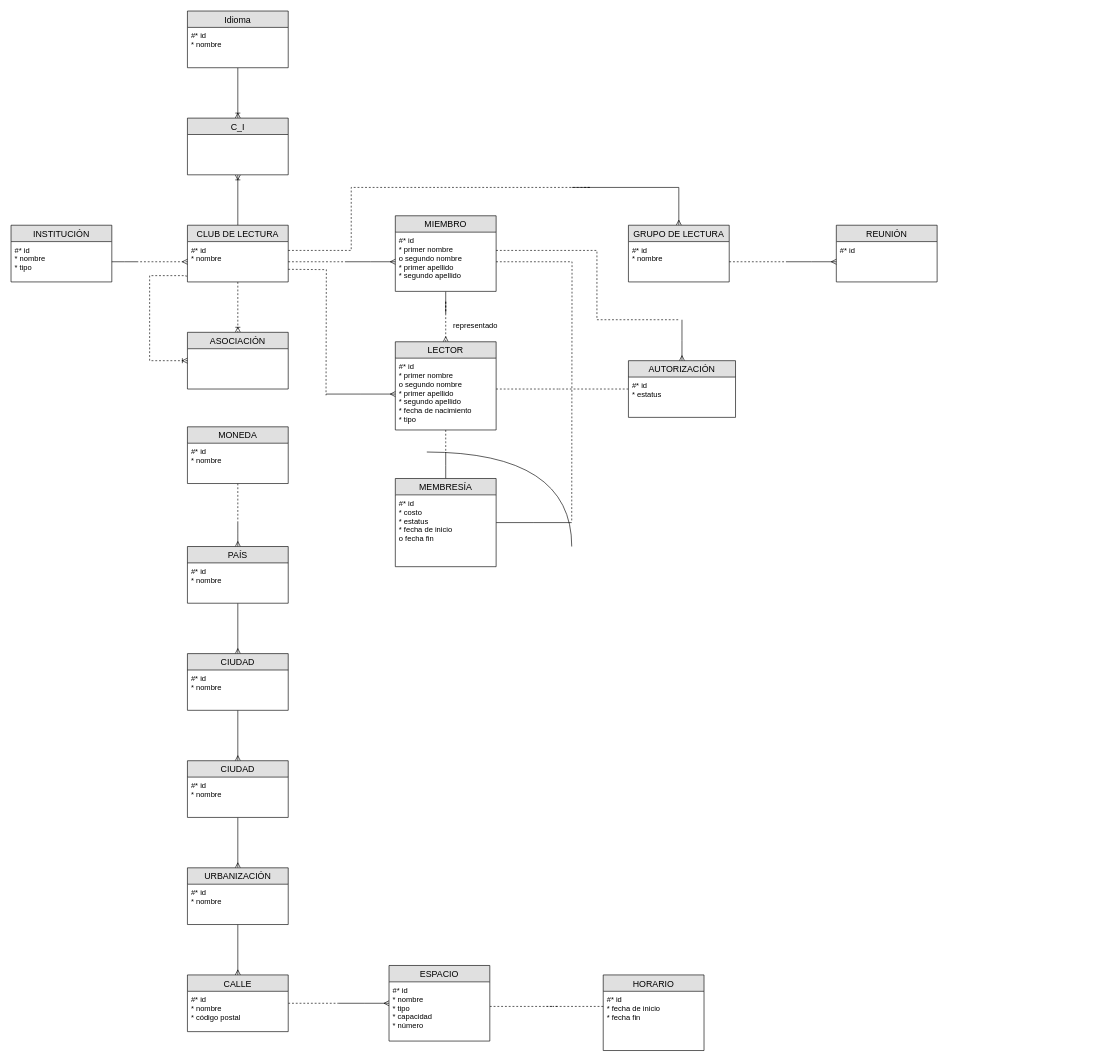
NeutronBlast/IS-Ex keeps this draw.io diagram as DB I/ER.drawio. Above is the earlier version. Source tidied: cells renumbered, new cells numbered last; positions are measured from the earlier drawing's top-left corner, leaving out a move shared by most shapes. Both pictures are drawn from the tidied source at 63%, with x=0, y=0 at pixel (11, 11).
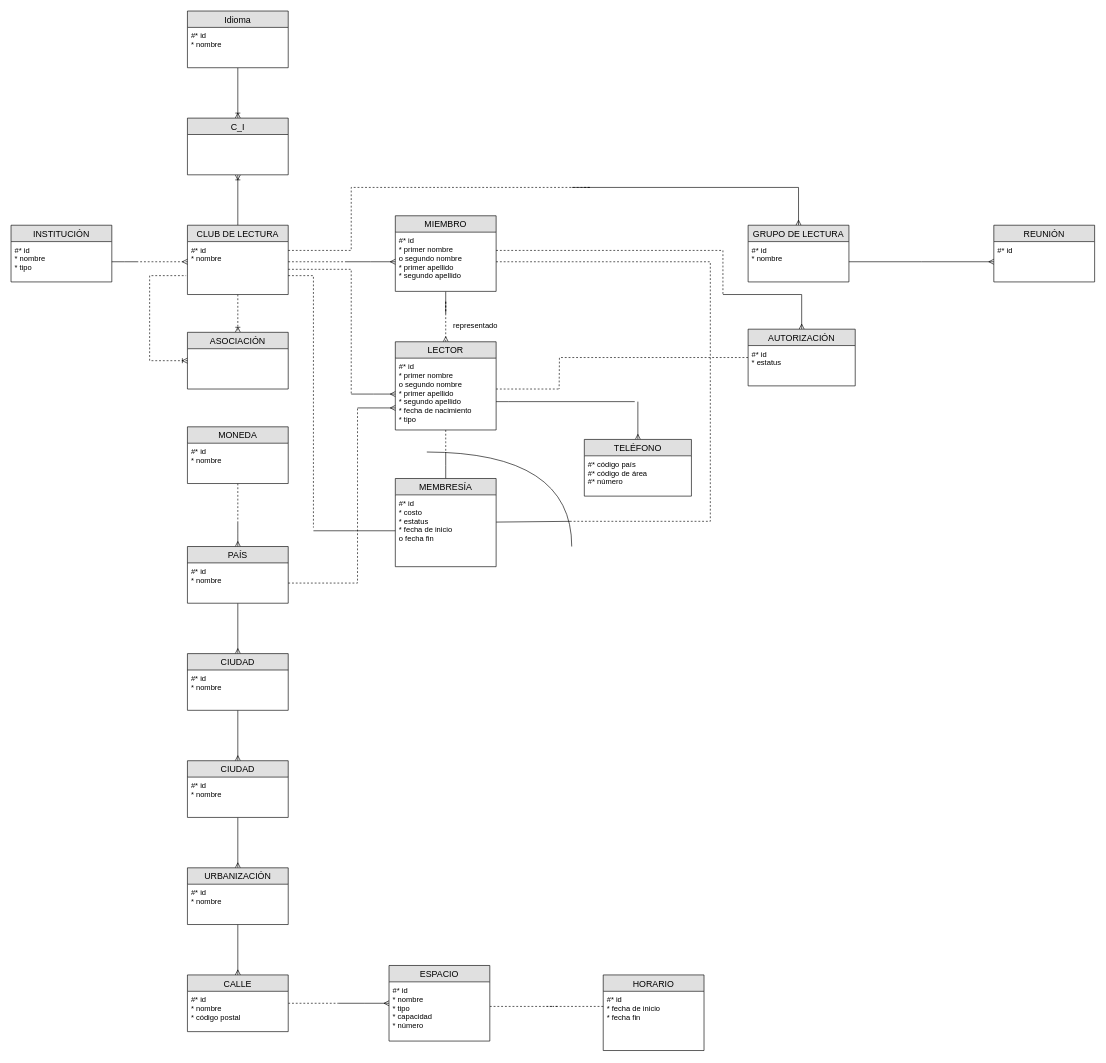
After the change.

The change refers to these unchanged cells:
```xml
<mxCell id="9" value="ASOCIACIÓN" style="swimlane;fontStyle=0;horizontal=1;startSize=26;fillColor=#e0e0e0;swimlaneFillColor=#ffffff;align=center;fontSize=14;" parent="1" vertex="1">
  <mxGeometry x="280" y="510" width="160" height="90" as="geometry" />
</mxCell>
<mxCell id="18" value="#* id&#10;* primer nombre&#10;o segundo nombre&#10;* primer apellido&#10;* segundo apellido" style="text;strokeColor=none;fillColor=none;spacingLeft=4;spacingRight=4;overflow=hidden;points=[[0,0.5],[1,0.5]];portConstraint=eastwest;fontSize=12;" parent="17" vertex="1">
  <mxGeometry y="26" width="160" height="94" as="geometry" />
</mxCell>
<mxCell id="23" value="#* id&#10;* primer nombre&#10;o segundo nombre&#10;* primer apellido&#10;* segundo apellido&#10;* fecha de nacimiento&#10;* tipo" style="text;strokeColor=none;fillColor=none;spacingLeft=4;spacingRight=4;overflow=hidden;points=[[0,0.5],[1,0.5]];portConstraint=eastwest;fontSize=12;" parent="22" vertex="1">
  <mxGeometry y="26" width="160" height="114" as="geometry" />
</mxCell>
<mxCell id="27" value="#* id&#10;* nombre" style="text;strokeColor=none;fillColor=none;spacingLeft=4;spacingRight=4;overflow=hidden;points=[[0,0.5],[1,0.5]];portConstraint=eastwest;fontSize=12;" parent="26" vertex="1">
  <mxGeometry y="26" width="160" height="64" as="geometry" />
</mxCell>
<mxCell id="31" value="#* id" style="text;strokeColor=none;fillColor=none;spacingLeft=4;spacingRight=4;overflow=hidden;points=[[0,0.5],[1,0.5]];portConstraint=eastwest;fontSize=12;" parent="30" vertex="1">
  <mxGeometry y="26" width="160" height="64" as="geometry" />
</mxCell>
<mxCell id="40" value="#* id&#10;* nombre" style="text;strokeColor=none;fillColor=none;spacingLeft=4;spacingRight=4;overflow=hidden;points=[[0,0.5],[1,0.5]];portConstraint=eastwest;fontSize=12;" parent="39" vertex="1">
  <mxGeometry y="26" width="160" height="64" as="geometry" />
</mxCell>
<mxCell id="65" value="MEMBRESÍA" style="swimlane;fontStyle=0;horizontal=1;startSize=26;fillColor=#e0e0e0;swimlaneFillColor=#ffffff;align=center;fontSize=14;" parent="1" vertex="1">
  <mxGeometry x="610" y="742" width="160" height="140" as="geometry" />
</mxCell>
<mxCell id="66" value="#* id&#10;* costo&#10;* estatus&#10;* fecha de inicio&#10;o fecha fin" style="text;strokeColor=none;fillColor=none;spacingLeft=4;spacingRight=4;overflow=hidden;points=[[0,0.5],[1,0.5]];portConstraint=eastwest;fontSize=12;" parent="65" vertex="1">
  <mxGeometry y="26" width="160" height="114" as="geometry" />
</mxCell>
```

Change to the diagram source:
```diff
@@
     <mxCell id="7" value="CLUB DE LECTURA" style="swimlane;fontStyle=0;horizontal=1;startSize=26;fillColor=#e0e0e0;swimlaneFillColor=#ffffff;align=center;fontSize=14;" parent="1" vertex="1">
-      <mxGeometry x="280" y="340" width="160" height="90" as="geometry" />
+      <mxGeometry x="280" y="340" width="160" height="110" as="geometry" />
     </mxCell>
     <mxCell id="8" value="#* id&#10;* nombre" style="text;strokeColor=none;fillColor=none;spacingLeft=4;spacingRight=4;overflow=hidden;points=[[0,0.5],[1,0.5]];portConstraint=eastwest;fontSize=12;" parent="7" vertex="1">
-      <mxGeometry y="26" width="160" height="64" as="geometry" />
+      <mxGeometry y="26" width="160" height="84" as="geometry" />
     </mxCell>
@@
-    <mxCell id="14" style="edgeStyle=orthogonalEdgeStyle;rounded=0;jettySize=auto;html=1;exitX=0;exitY=0.5;exitDx=0;exitDy=0;endArrow=none;endFill=0;dashed=1;startArrow=ERmany;startFill=0;" parent="1" edge="1" source="8">
+    <mxCell id="14" style="edgeStyle=orthogonalEdgeStyle;rounded=0;orthogonalLoop=1;jettySize=auto;html=1;endArrow=none;endFill=0;dashed=1;startArrow=ERmany;startFill=0;" parent="1" edge="1">
       <mxGeometry relative="1" as="geometry">
+        <mxPoint x="280" y="398" as="sourcePoint" />
         <mxPoint x="200" y="398" as="targetPoint" />
+        <Array as="points">
+          <mxPoint x="280" y="398" />
+        </Array>
       </mxGeometry>
     </mxCell>
-    <mxCell id="15" style="edgeStyle=orthogonalEdgeStyle;rounded=0;jettySize=auto;html=1;exitX=1;exitY=0.5;exitDx=0;exitDy=0;startArrow=none;startFill=0;endArrow=none;endFill=0;dashed=1;" parent="1" edge="1" source="8">
+    <mxCell id="15" style="edgeStyle=orthogonalEdgeStyle;rounded=0;orthogonalLoop=1;jettySize=auto;html=1;startArrow=none;startFill=0;endArrow=none;endFill=0;dashed=1;" parent="1" edge="1">
       <mxGeometry relative="1" as="geometry">
+        <mxPoint x="440" y="398" as="sourcePoint" />
         <mxPoint x="530" y="398" as="targetPoint" />
+        <Array as="points">
+          <mxPoint x="440" y="398" />
+        </Array>
       </mxGeometry>
     </mxCell>
@@
     <mxCell id="25" style="edgeStyle=orthogonalEdgeStyle;rounded=0;jettySize=auto;html=1;exitX=0.5;exitY=0;exitDx=0;exitDy=0;startArrow=ERmany;startFill=0;endArrow=none;endFill=0;" parent="1" edge="1" source="26">
       <mxGeometry relative="1" as="geometry">
         <mxPoint x="890" y="280" as="targetPoint" />
         <Array as="points">
-          <mxPoint x="1060" y="280" />
+          <mxPoint x="1250" y="280" />
         </Array>
       </mxGeometry>
     </mxCell>
     <mxCell id="26" value="GRUPO DE LECTURA" style="swimlane;fontStyle=0;horizontal=1;startSize=26;fillColor=#e0e0e0;swimlaneFillColor=#ffffff;align=center;fontSize=14;" parent="1" vertex="1">
-      <mxGeometry x="980" y="340" width="160" height="90" as="geometry" />
+      <mxGeometry x="1170" y="340" width="160" height="90" as="geometry" />
     </mxCell>
@@
-    <mxCell id="29" style="edgeStyle=orthogonalEdgeStyle;rounded=0;jettySize=auto;html=1;startArrow=none;startFill=0;endArrow=none;endFill=0;dashed=1;" parent="1" edge="1" source="27">
-      <mxGeometry relative="1" as="geometry">
-        <mxPoint x="1230" y="398" as="targetPoint" />
-      </mxGeometry>
-    </mxCell>
     <mxCell id="30" value="REUNIÓN" style="swimlane;fontStyle=0;horizontal=1;startSize=26;fillColor=#e0e0e0;swimlaneFillColor=#ffffff;align=center;fontSize=14;" parent="1" vertex="1">
-      <mxGeometry x="1310" y="340" width="160" height="90" as="geometry" />
+      <mxGeometry x="1560" y="340" width="160" height="90" as="geometry" />
     </mxCell>
@@
     <mxCell id="32" style="edgeStyle=orthogonalEdgeStyle;rounded=0;jettySize=auto;html=1;exitX=0;exitY=0.5;exitDx=0;exitDy=0;startArrow=ERmany;startFill=0;endArrow=none;endFill=0;" parent="1" edge="1" source="31">
       <mxGeometry relative="1" as="geometry">
-        <mxPoint x="1230" y="398" as="targetPoint" />
+        <mxPoint x="1330" y="398" as="targetPoint" />
       </mxGeometry>
     </mxCell>
-    <mxCell id="33" style="edgeStyle=orthogonalEdgeStyle;rounded=0;jettySize=auto;html=1;exitX=0;exitY=0.5;exitDx=0;exitDy=0;endArrow=none;endFill=0;dashed=1;startArrow=ERoneToMany;startFill=0;entryX=-0.012;entryY=0.875;entryDx=0;entryDy=0;entryPerimeter=0;" parent="1" edge="1" source="9" target="8">
+    <mxCell id="33" style="edgeStyle=orthogonalEdgeStyle;rounded=0;jettySize=auto;html=1;exitX=0;exitY=0.5;exitDx=0;exitDy=0;endArrow=none;endFill=0;dashed=1;startArrow=ERoneToMany;startFill=0;" parent="1" edge="1" source="9">
       <mxGeometry relative="1" as="geometry">
+        <mxPoint x="278" y="420" as="targetPoint" />
         <Array as="points">
           <mxPoint x="220" y="555" />
           <mxPoint x="220" y="420" />
           <mxPoint x="278" y="420" />
         </Array>
       </mxGeometry>
     </mxCell>
@@
     <mxCell id="60" style="edgeStyle=orthogonalEdgeStyle;rounded=0;orthogonalLoop=1;jettySize=auto;html=1;exitX=1;exitY=0.5;exitDx=0;exitDy=0;startArrow=none;startFill=0;endArrow=none;endFill=0;dashed=1;" parent="1" edge="1">
       <mxGeometry relative="1" as="geometry">
         <mxPoint x="440" y="410" as="sourcePoint" />
-        <mxPoint x="500" y="610" as="targetPoint" />
+        <mxPoint x="540" y="610" as="targetPoint" />
+        <Array as="points">
+          <mxPoint x="540" y="410" />
+          <mxPoint x="540" y="610" />
+        </Array>
       </mxGeometry>
     </mxCell>
     <mxCell id="61" style="edgeStyle=orthogonalEdgeStyle;rounded=0;jettySize=auto;html=1;startArrow=ERmany;startFill=0;endArrow=none;endFill=0;" parent="1" edge="1" source="23">
       <mxGeometry relative="1" as="geometry">
-        <mxPoint x="500" y="608" as="targetPoint" />
+        <mxPoint x="540" y="608" as="targetPoint" />
       </mxGeometry>
     </mxCell>
@@
-    <mxCell id="64" style="edgeStyle=orthogonalEdgeStyle;rounded=0;jettySize=auto;html=1;startArrow=none;startFill=0;endArrow=none;endFill=0;" parent="1" edge="1" source="65">
+    <mxCell id="64" style="rounded=0;jettySize=auto;html=1;startArrow=none;startFill=0;endArrow=none;endFill=0;" parent="1" edge="1" source="65">
       <mxGeometry relative="1" as="geometry">
-        <mxPoint x="890" y="812" as="targetPoint" />
+        <mxPoint x="890" y="810" as="targetPoint" />
       </mxGeometry>
     </mxCell>
@@
     <mxCell id="67" style="edgeStyle=orthogonalEdgeStyle;rounded=0;jettySize=auto;html=1;startArrow=none;startFill=0;endArrow=none;endFill=0;dashed=1;" parent="1" edge="1" source="18">
       <mxGeometry relative="1" as="geometry">
         <mxPoint x="890" y="810" as="targetPoint" />
+        <Array as="points">
+          <mxPoint x="1110" y="398" />
+          <mxPoint x="1110" y="810" />
+        </Array>
       </mxGeometry>
     </mxCell>
@@
     <mxCell id="70" style="edgeStyle=orthogonalEdgeStyle;rounded=0;jettySize=auto;html=1;startArrow=ERmany;startFill=0;endArrow=none;endFill=0;" parent="1" edge="1" source="71">
       <mxGeometry relative="1" as="geometry">
-        <mxPoint x="1065" y="490" as="targetPoint" />
+        <mxPoint x="1130" y="450" as="targetPoint" />
+        <Array as="points">
+          <mxPoint x="1255" y="450" />
+        </Array>
       </mxGeometry>
     </mxCell>
     <mxCell id="71" value="AUTORIZACIÓN" style="swimlane;fontStyle=0;horizontal=1;startSize=26;fillColor=#e0e0e0;swimlaneFillColor=#ffffff;align=center;fontSize=14;" parent="1" vertex="1">
-      <mxGeometry x="980" y="555" width="170" height="90" as="geometry" />
+      <mxGeometry x="1170" y="505" width="170" height="90" as="geometry" />
     </mxCell>
@@
     <mxCell id="73" style="edgeStyle=orthogonalEdgeStyle;rounded=0;orthogonalLoop=1;jettySize=auto;html=1;startArrow=none;startFill=0;endArrow=none;endFill=0;dashed=1;" parent="1" edge="1">
       <mxGeometry relative="1" as="geometry">
         <mxPoint x="770" y="380" as="sourcePoint" />
-        <mxPoint x="1060" y="490" as="targetPoint" />
+        <mxPoint x="1130" y="450" as="targetPoint" />
         <Array as="points">
-          <mxPoint x="930" y="380" />
-          <mxPoint x="930" y="490" />
+          <mxPoint x="1130" y="380" />
+          <mxPoint x="1130" y="450" />
         </Array>
       </mxGeometry>
     </mxCell>
+    <mxCell id="74" style="edgeStyle=orthogonalEdgeStyle;rounded=0;jettySize=auto;html=1;startArrow=none;startFill=0;endArrow=none;endFill=0;dashed=1;" parent="1" edge="1" source="40">
+      <mxGeometry relative="1" as="geometry">
+        <mxPoint x="550" y="630" as="targetPoint" />
+        <Array as="points">
+          <mxPoint x="550" y="908" />
+          <mxPoint x="550" y="630" />
+        </Array>
+      </mxGeometry>
+    </mxCell>
+    <mxCell id="75" style="edgeStyle=orthogonalEdgeStyle;rounded=0;orthogonalLoop=1;jettySize=auto;html=1;startArrow=ERmany;startFill=0;endArrow=none;endFill=0;" parent="1" edge="1">
+      <mxGeometry relative="1" as="geometry">
+        <mxPoint x="610" y="630" as="sourcePoint" />
+        <mxPoint x="550" y="630" as="targetPoint" />
+      </mxGeometry>
+    </mxCell>
+    <mxCell id="76" style="edgeStyle=orthogonalEdgeStyle;rounded=0;orthogonalLoop=1;jettySize=auto;html=1;exitX=1;exitY=0.5;exitDx=0;exitDy=0;startArrow=none;startFill=0;endArrow=none;endFill=0;dashed=1;" parent="1" edge="1">
+      <mxGeometry relative="1" as="geometry">
+        <mxPoint x="440" y="420" as="sourcePoint" />
+        <mxPoint x="480" y="820" as="targetPoint" />
+        <Array as="points">
+          <mxPoint x="480" y="420" />
+          <mxPoint x="480" y="620" />
+        </Array>
+      </mxGeometry>
+    </mxCell>
+    <mxCell id="77" style="edgeStyle=orthogonalEdgeStyle;rounded=0;jettySize=auto;html=1;startArrow=none;startFill=0;endArrow=none;endFill=0;" parent="1" edge="1" source="66">
+      <mxGeometry relative="1" as="geometry">
+        <mxPoint x="480" y="825" as="targetPoint" />
+      </mxGeometry>
+    </mxCell>
+    <mxCell id="78" style="edgeStyle=none;rounded=0;jettySize=auto;html=1;startArrow=ERmany;startFill=0;endArrow=none;endFill=0;" parent="1" edge="1" source="79">
+      <mxGeometry relative="1" as="geometry">
+        <mxPoint x="995" y="620" as="targetPoint" />
+      </mxGeometry>
+    </mxCell>
+    <mxCell id="79" value="TELÉFONO" style="swimlane;fontStyle=0;horizontal=1;startSize=26;fillColor=#e0e0e0;swimlaneFillColor=#ffffff;align=center;fontSize=14;" parent="1" vertex="1">
+      <mxGeometry x="910" y="680" width="170" height="90" as="geometry" />
+    </mxCell>
+    <mxCell id="80" value="#* código país&#10;#* código de área&#10;#* número" style="text;strokeColor=none;fillColor=none;spacingLeft=4;spacingRight=4;overflow=hidden;fontSize=12;" parent="79" vertex="1">
+      <mxGeometry y="26" width="170" height="64" as="geometry" />
+    </mxCell>
+    <mxCell id="81" style="edgeStyle=orthogonalEdgeStyle;rounded=0;orthogonalLoop=1;jettySize=auto;html=1;startArrow=none;startFill=0;endArrow=none;endFill=0;" parent="1" edge="1">
+      <mxGeometry relative="1" as="geometry">
+        <mxPoint x="770" y="620" as="sourcePoint" />
+        <mxPoint x="990" y="620" as="targetPoint" />
+        <Array as="points">
+          <mxPoint x="790" y="620" />
+          <mxPoint x="790" y="620" />
+        </Array>
+      </mxGeometry>
+    </mxCell>
```
